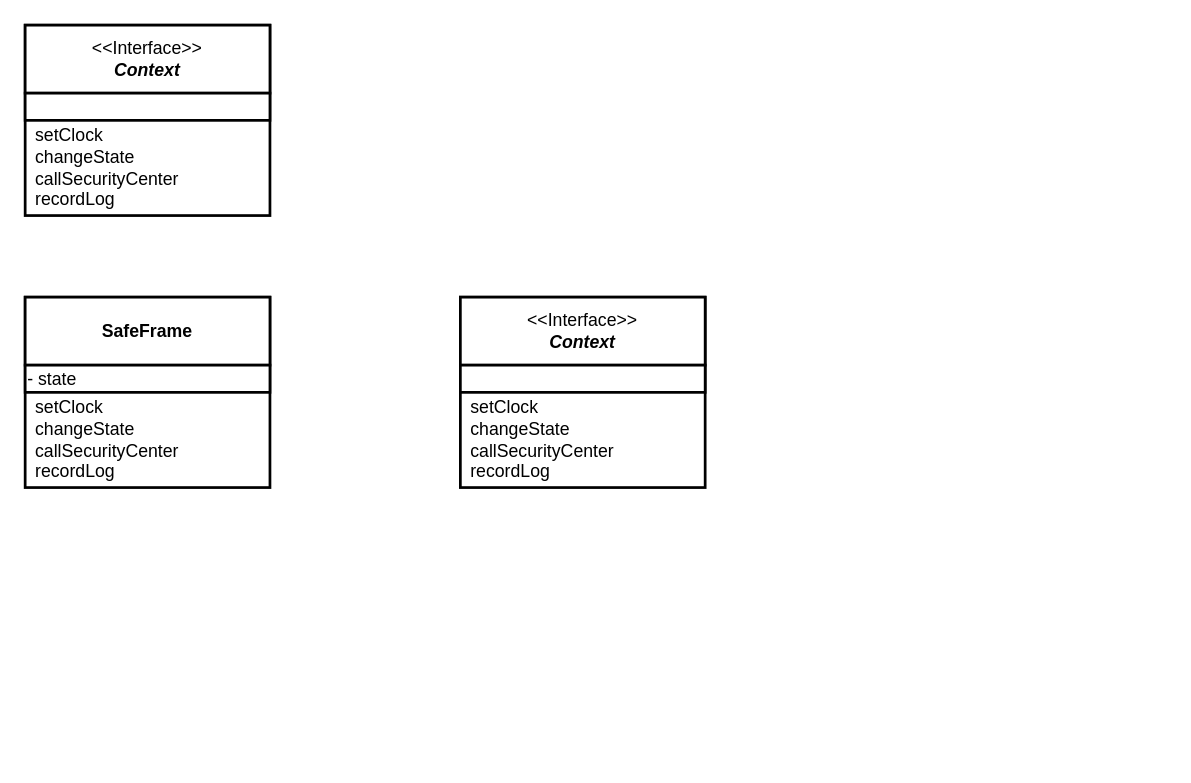
Before: Untitled Diagram.drawio in HYEONJI-K/2021, a draw.io diagram. Source tidied: cells renumbered, new cells numbered last; positions are measured from the earlier drawing's top-left corner, leaving out a move shared by most shapes. Both pictures are drawn from the tidied source at 136%, with x=0, y=0 at pixel (24, 24).
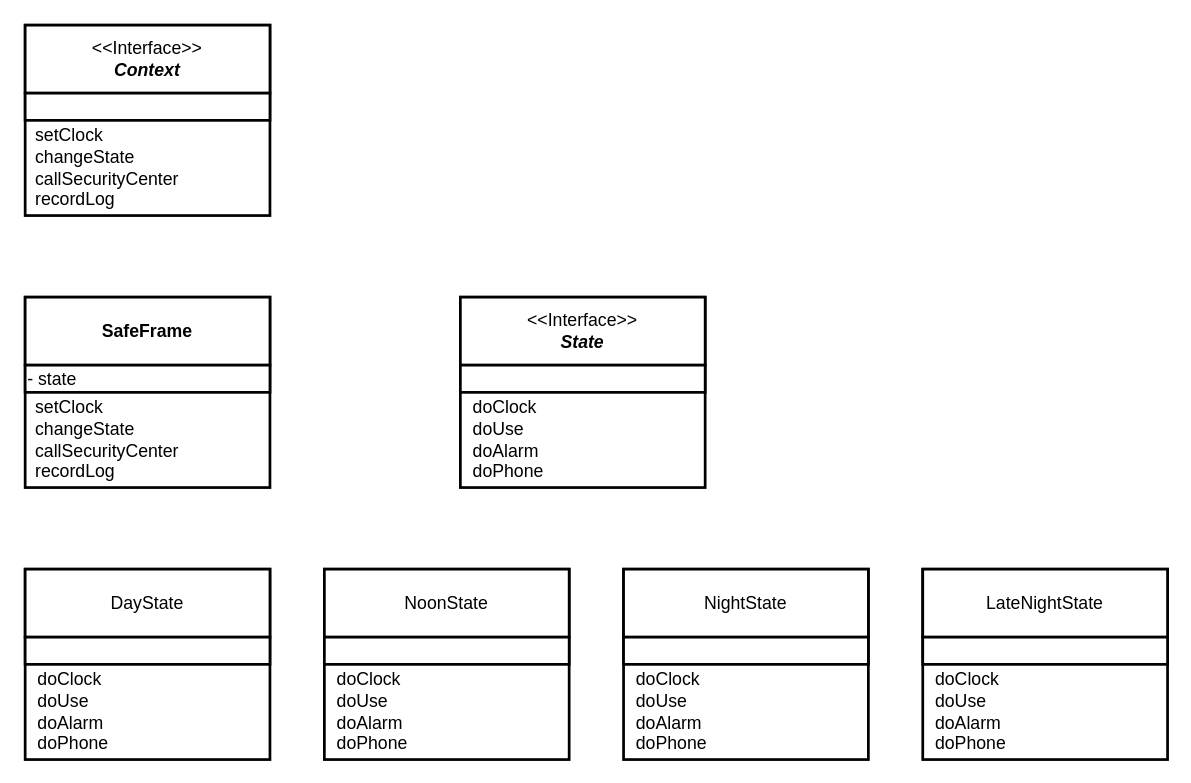
The same page after the edit.

The edit, as a diff of the source:
```diff
@@
-    <mxCell id="11" value="&lt;div style=&quot;text-align: left ; font-size: 13px&quot;&gt;&lt;span style=&quot;font-size: 13px&quot;&gt;setClock&lt;/span&gt;&lt;/div&gt;&lt;div style=&quot;text-align: left ; font-size: 13px&quot;&gt;&lt;span style=&quot;font-size: 13px&quot;&gt;changeState&lt;/span&gt;&lt;/div&gt;&lt;div style=&quot;text-align: left ; font-size: 13px&quot;&gt;&lt;span style=&quot;font-size: 13px&quot;&gt;callSecurityCenter&lt;/span&gt;&lt;/div&gt;&lt;div style=&quot;text-align: left ; font-size: 13px&quot;&gt;&lt;span style=&quot;font-size: 13px&quot;&gt;recordLog&lt;/span&gt;&lt;/div&gt;" style="text;html=1;align=center;verticalAlign=middle;strokeColor=none;strokeWidth=2;fontSize=13;" parent="1" vertex="1">
-      <mxGeometry x="320" y="270" width="120" height="70" as="geometry" />
+    <mxCell id="11" value="&lt;div style=&quot;text-align: left ; font-size: 13px&quot;&gt;&lt;span style=&quot;font-size: 13px&quot;&gt;doClock&lt;/span&gt;&lt;/div&gt;&lt;div style=&quot;text-align: left ; font-size: 13px&quot;&gt;doUse&lt;/div&gt;&lt;div style=&quot;text-align: left ; font-size: 13px&quot;&gt;doAlarm&lt;/div&gt;&lt;div style=&quot;text-align: left ; font-size: 13px&quot;&gt;doPhone&lt;/div&gt;" style="text;html=1;align=center;verticalAlign=middle;strokeColor=none;strokeWidth=2;fontSize=13;" parent="1" vertex="1">
+      <mxGeometry x="320" y="270" width="70" height="70" as="geometry" />
     </mxCell>
-    <mxCell id="12" value="&amp;lt;&amp;lt;Interface&amp;gt;&amp;gt;&lt;br&gt;&lt;b&gt;&lt;i&gt;Context&lt;/i&gt;&lt;/b&gt;" style="rounded=0;whiteSpace=wrap;html=1;fontSize=13;strokeWidth=2;" parent="1" vertex="1">
+    <mxCell id="12" value="&amp;lt;&amp;lt;Interface&amp;gt;&amp;gt;&lt;br&gt;&lt;b&gt;&lt;i&gt;State&lt;/i&gt;&lt;/b&gt;" style="rounded=0;whiteSpace=wrap;html=1;fontSize=13;strokeWidth=2;" parent="1" vertex="1">
       <mxGeometry x="320" y="200" width="180" height="50" as="geometry" />
     </mxCell>
@@
+    <mxCell id="14" style="rounded=0;whiteSpace=wrap;html=1;fontSize=13;strokeWidth=2;" parent="1" vertex="1">
+      <mxGeometry y="400" width="180" height="140" as="geometry" />
+    </mxCell>
+    <mxCell id="15" value="&lt;div style=&quot;text-align: left ; font-size: 13px&quot;&gt;&lt;span style=&quot;font-size: 13px&quot;&gt;doClock&lt;/span&gt;&lt;/div&gt;&lt;div style=&quot;text-align: left ; font-size: 13px&quot;&gt;doUse&lt;/div&gt;&lt;div style=&quot;text-align: left ; font-size: 13px&quot;&gt;doAlarm&lt;/div&gt;&lt;div style=&quot;text-align: left ; font-size: 13px&quot;&gt;doPhone&lt;/div&gt;" style="text;html=1;align=center;verticalAlign=middle;strokeColor=none;strokeWidth=2;fontSize=13;" parent="1" vertex="1">
+      <mxGeometry y="470" width="70" height="70" as="geometry" />
+    </mxCell>
+    <mxCell id="16" value="DayState" style="rounded=0;whiteSpace=wrap;html=1;fontSize=13;strokeWidth=2;" parent="1" vertex="1">
+      <mxGeometry y="400" width="180" height="50" as="geometry" />
+    </mxCell>
+    <mxCell id="17" style="rounded=0;whiteSpace=wrap;html=1;fontSize=13;strokeWidth=2;" parent="1" vertex="1">
+      <mxGeometry y="450" width="180" height="20" as="geometry" />
+    </mxCell>
+    <mxCell id="18" style="rounded=0;whiteSpace=wrap;html=1;fontSize=13;strokeWidth=2;" parent="1" vertex="1">
+      <mxGeometry x="220" y="400" width="180" height="140" as="geometry" />
+    </mxCell>
+    <mxCell id="19" value="&lt;div style=&quot;text-align: left ; font-size: 13px&quot;&gt;&lt;span style=&quot;font-size: 13px&quot;&gt;doClock&lt;/span&gt;&lt;/div&gt;&lt;div style=&quot;text-align: left ; font-size: 13px&quot;&gt;doUse&lt;/div&gt;&lt;div style=&quot;text-align: left ; font-size: 13px&quot;&gt;doAlarm&lt;/div&gt;&lt;div style=&quot;text-align: left ; font-size: 13px&quot;&gt;doPhone&lt;/div&gt;" style="text;html=1;align=center;verticalAlign=middle;strokeColor=none;strokeWidth=2;fontSize=13;" parent="1" vertex="1">
+      <mxGeometry x="220" y="470" width="70" height="70" as="geometry" />
+    </mxCell>
+    <mxCell id="20" value="NoonState" style="rounded=0;whiteSpace=wrap;html=1;fontSize=13;strokeWidth=2;" parent="1" vertex="1">
+      <mxGeometry x="220" y="400" width="180" height="50" as="geometry" />
+    </mxCell>
+    <mxCell id="21" style="rounded=0;whiteSpace=wrap;html=1;fontSize=13;strokeWidth=2;" parent="1" vertex="1">
+      <mxGeometry x="220" y="450" width="180" height="20" as="geometry" />
+    </mxCell>
+    <mxCell id="22" style="rounded=0;whiteSpace=wrap;html=1;fontSize=13;strokeWidth=2;" parent="1" vertex="1">
+      <mxGeometry x="440" y="400" width="180" height="140" as="geometry" />
+    </mxCell>
+    <mxCell id="23" value="&lt;div style=&quot;text-align: left ; font-size: 13px&quot;&gt;&lt;span style=&quot;font-size: 13px&quot;&gt;doClock&lt;/span&gt;&lt;/div&gt;&lt;div style=&quot;text-align: left ; font-size: 13px&quot;&gt;doUse&lt;/div&gt;&lt;div style=&quot;text-align: left ; font-size: 13px&quot;&gt;doAlarm&lt;/div&gt;&lt;div style=&quot;text-align: left ; font-size: 13px&quot;&gt;doPhone&lt;/div&gt;" style="text;html=1;align=center;verticalAlign=middle;strokeColor=none;strokeWidth=2;fontSize=13;" parent="1" vertex="1">
+      <mxGeometry x="440" y="470" width="70" height="70" as="geometry" />
+    </mxCell>
+    <mxCell id="24" value="NightState" style="rounded=0;whiteSpace=wrap;html=1;fontSize=13;strokeWidth=2;" parent="1" vertex="1">
+      <mxGeometry x="440" y="400" width="180" height="50" as="geometry" />
+    </mxCell>
+    <mxCell id="25" style="rounded=0;whiteSpace=wrap;html=1;fontSize=13;strokeWidth=2;" parent="1" vertex="1">
+      <mxGeometry x="440" y="450" width="180" height="20" as="geometry" />
+    </mxCell>
+    <mxCell id="26" style="rounded=0;whiteSpace=wrap;html=1;fontSize=13;strokeWidth=2;" parent="1" vertex="1">
+      <mxGeometry x="660" y="400" width="180" height="140" as="geometry" />
+    </mxCell>
+    <mxCell id="27" value="&lt;div style=&quot;text-align: left ; font-size: 13px&quot;&gt;&lt;span style=&quot;font-size: 13px&quot;&gt;doClock&lt;/span&gt;&lt;/div&gt;&lt;div style=&quot;text-align: left ; font-size: 13px&quot;&gt;doUse&lt;/div&gt;&lt;div style=&quot;text-align: left ; font-size: 13px&quot;&gt;doAlarm&lt;/div&gt;&lt;div style=&quot;text-align: left ; font-size: 13px&quot;&gt;doPhone&lt;/div&gt;" style="text;html=1;align=center;verticalAlign=middle;strokeColor=none;strokeWidth=2;fontSize=13;" parent="1" vertex="1">
+      <mxGeometry x="660" y="470" width="70" height="70" as="geometry" />
+    </mxCell>
+    <mxCell id="28" value="LateNightState" style="rounded=0;whiteSpace=wrap;html=1;fontSize=13;strokeWidth=2;" parent="1" vertex="1">
+      <mxGeometry x="660" y="400" width="180" height="50" as="geometry" />
+    </mxCell>
+    <mxCell id="29" style="rounded=0;whiteSpace=wrap;html=1;fontSize=13;strokeWidth=2;" parent="1" vertex="1">
+      <mxGeometry x="660" y="450" width="180" height="20" as="geometry" />
+    </mxCell>
```
